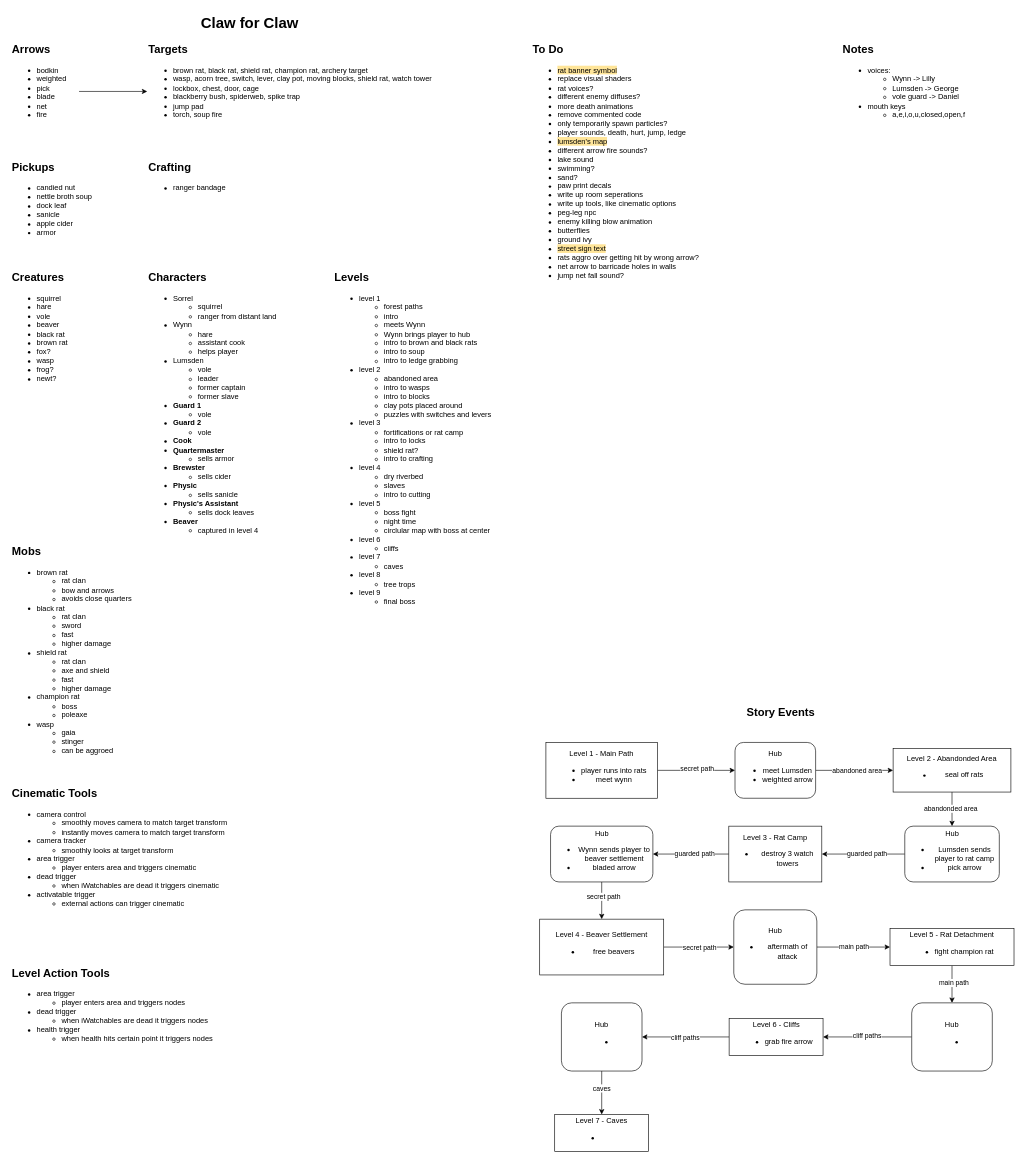
Earlier version of the draw.io diagram Planning/design-doc.drawio (camerondedore/Godot-Project-3). Source tidied: cells renumbered, new cells numbered last; positions are measured from the earlier drawing's top-left corner, leaving out a move shared by most shapes. Both pictures are drawn from the tidied source at 62%, with x=0, y=0 at pixel (11, 11).
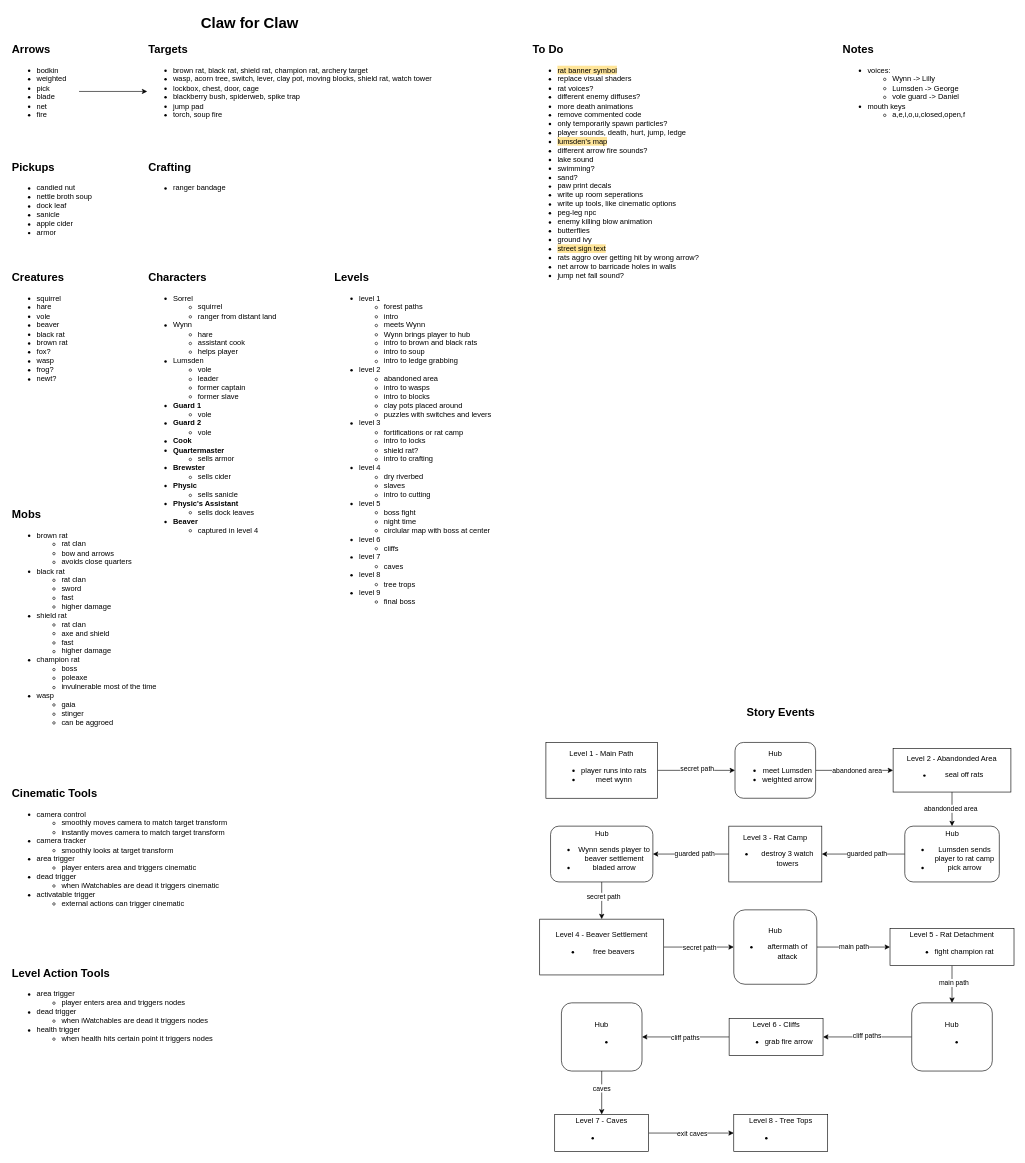
Above is the later version.

The change refers to these unchanged cells:
```xml
<mxCell id="65" value="Level 7 - Caves&lt;div&gt;&lt;ul&gt;&lt;li&gt;&lt;br&gt;&lt;/li&gt;&lt;/ul&gt;&lt;/div&gt;" style="rounded=0;whiteSpace=wrap;html=1;" parent="1" vertex="1">
  <mxGeometry x="877.2" y="1780" width="151.5" height="60" as="geometry" />
</mxCell>
```

The edit, as a diff of the source:
```diff
@@
     <mxCell id="20" value="&lt;font style=&quot;font-size: 18px;&quot;&gt;Mobs&lt;/font&gt;" style="text;strokeColor=none;fillColor=none;html=1;fontSize=24;fontStyle=1;verticalAlign=middle;align=left;" parent="1" vertex="1">
-      <mxGeometry y="850" width="100" height="40" as="geometry" />
+      <mxGeometry y="790" width="100" height="40" as="geometry" />
     </mxCell>
-    <mxCell id="21" value="&lt;ul&gt;&lt;li&gt;brown rat&lt;/li&gt;&lt;ul&gt;&lt;li&gt;rat clan&lt;/li&gt;&lt;li&gt;bow and arrows&lt;/li&gt;&lt;li&gt;avoids close quarters&lt;/li&gt;&lt;/ul&gt;&lt;li&gt;black rat&lt;/li&gt;&lt;ul&gt;&lt;li&gt;rat clan&lt;/li&gt;&lt;li&gt;sword&lt;/li&gt;&lt;li&gt;fast&lt;/li&gt;&lt;li&gt;higher damage&lt;/li&gt;&lt;/ul&gt;&lt;li&gt;shield rat&lt;/li&gt;&lt;ul&gt;&lt;li&gt;rat clan&lt;/li&gt;&lt;li&gt;axe and shield&lt;/li&gt;&lt;li&gt;fast&lt;/li&gt;&lt;li&gt;higher damage&lt;/li&gt;&lt;/ul&gt;&lt;li&gt;champion rat&lt;/li&gt;&lt;ul&gt;&lt;li&gt;boss&lt;/li&gt;&lt;li&gt;poleaxe&lt;/li&gt;&lt;/ul&gt;&lt;li&gt;wasp&lt;/li&gt;&lt;ul&gt;&lt;li&gt;gaia&lt;/li&gt;&lt;li&gt;stinger&lt;/li&gt;&lt;li&gt;can be aggroed&lt;/li&gt;&lt;/ul&gt;&lt;/ul&gt;" style="text;html=1;align=left;verticalAlign=top;whiteSpace=wrap;rounded=0;" parent="1" vertex="1">
-      <mxGeometry y="880" width="240" height="280" as="geometry" />
+    <mxCell id="21" value="&lt;ul&gt;&lt;li&gt;brown rat&lt;/li&gt;&lt;ul&gt;&lt;li&gt;rat clan&lt;/li&gt;&lt;li&gt;bow and arrows&lt;/li&gt;&lt;li&gt;avoids close quarters&lt;/li&gt;&lt;/ul&gt;&lt;li&gt;black rat&lt;/li&gt;&lt;ul&gt;&lt;li&gt;rat clan&lt;/li&gt;&lt;li&gt;sword&lt;/li&gt;&lt;li&gt;fast&lt;/li&gt;&lt;li&gt;higher damage&lt;/li&gt;&lt;/ul&gt;&lt;li&gt;shield rat&lt;/li&gt;&lt;ul&gt;&lt;li&gt;rat clan&lt;/li&gt;&lt;li&gt;axe and shield&lt;/li&gt;&lt;li&gt;fast&lt;/li&gt;&lt;li&gt;higher damage&lt;/li&gt;&lt;/ul&gt;&lt;li&gt;champion rat&lt;/li&gt;&lt;ul&gt;&lt;li&gt;boss&lt;/li&gt;&lt;li&gt;poleaxe&lt;/li&gt;&lt;li&gt;invulnerable most of the time&lt;/li&gt;&lt;/ul&gt;&lt;li&gt;wasp&lt;/li&gt;&lt;ul&gt;&lt;li&gt;gaia&lt;/li&gt;&lt;li&gt;stinger&lt;/li&gt;&lt;li&gt;can be aggroed&lt;/li&gt;&lt;/ul&gt;&lt;/ul&gt;" style="text;html=1;align=left;verticalAlign=top;whiteSpace=wrap;rounded=0;" parent="1" vertex="1">
+      <mxGeometry y="820" width="240" height="280" as="geometry" />
     </mxCell>
@@
+    <mxCell id="66" style="edgeStyle=orthogonalEdgeStyle;rounded=0;jettySize=auto;html=1;exitX=1;exitY=0.5;exitDx=0;exitDy=0;entryX=0;entryY=0.5;entryDx=0;entryDy=0;" parent="1" edge="1" source="65" target="68">
+      <mxGeometry relative="1" as="geometry" />
+    </mxCell>
+    <mxCell id="67" value="exit caves" style="edgeLabel;html=1;align=center;verticalAlign=middle;" parent="66" vertex="1">
+      <mxGeometry x="0.02" y="-1" relative="1" as="geometry" />
+    </mxCell>
@@
+    <mxCell id="68" value="Level 8 - Tree Tops&lt;div&gt;&lt;div&gt;&lt;ul&gt;&lt;li&gt;&lt;br&gt;&lt;/li&gt;&lt;/ul&gt;&lt;/div&gt;&lt;/div&gt;" style="rounded=0;whiteSpace=wrap;html=1;" parent="1" vertex="1">
+      <mxGeometry x="1166" y="1780" width="151.5" height="60" as="geometry" />
+    </mxCell>
```
